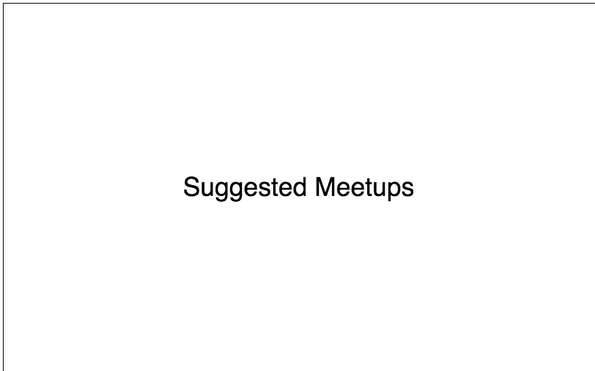
The draw.io diagram docs/wireframes/EventsIndex.png in holzru/capstone, before a commit. Source tidied: cells renumbered, new cells last; positions are measured from the earlier drawing's top-left corner, leaving out a move shared by most shapes. The source it was exported from:
```xml
<mxGraphModel background="#ffffff">
  <root>
    <mxCell id="0" />
    <mxCell id="1" parent="0" />
    <mxCell id="2" value="Suggested Meetups" style="whiteSpace=wrap;html=1;fontSize=36;" parent="1" vertex="1">
      <mxGeometry width="820" height="510" as="geometry" />
    </mxCell>
  </root>
</mxGraphModel>
```
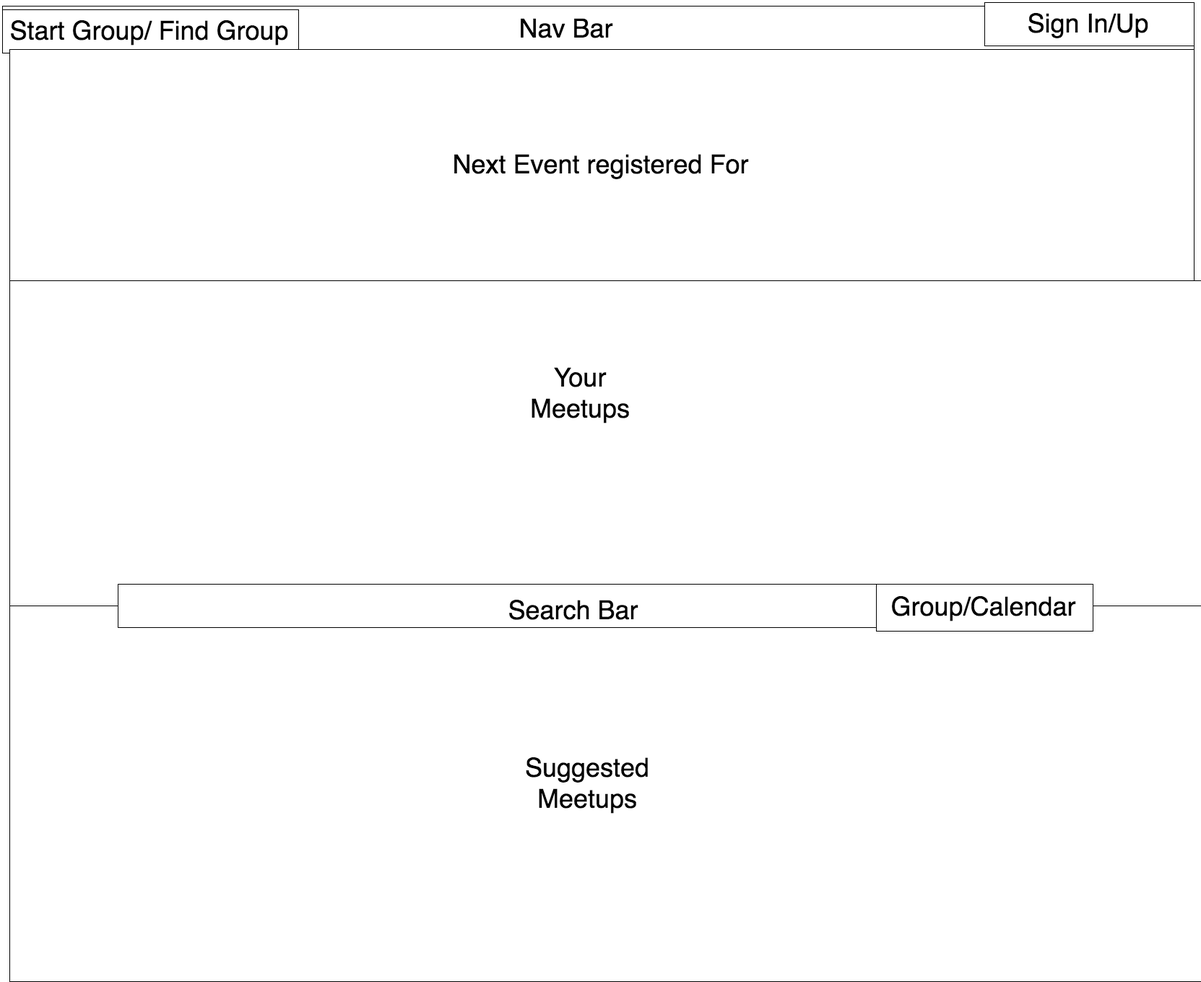
Above is the later version.

Diff of the diagram source:
```diff
@@ -2,8 +2,41 @@
   <root>
     <mxCell id="0" />
     <mxCell id="1" parent="0" />
+    <mxCell id="3" style="whiteSpace=wrap;html=1;" parent="1" vertex="1">
+      <mxGeometry x="-700" y="-1020" width="1650" height="60" as="geometry" />
+    </mxCell>
+    <mxCell id="4" style="whiteSpace=wrap;html=1;" parent="1" vertex="1">
+      <mxGeometry x="-690" y="-640" width="1650" height="450" as="geometry" />
+    </mxCell>
+    <mxCell id="5" style="whiteSpace=wrap;html=1;" parent="1" vertex="1">
+      <mxGeometry x="-690" y="-190" width="1650" height="520" as="geometry" />
+    </mxCell>
+    <mxCell id="6" style="whiteSpace=wrap;html=1;" parent="1" vertex="1">
+      <mxGeometry x="-540" y="-220" width="1350" height="60" as="geometry" />
+    </mxCell>
+    <mxCell id="7" value="&lt;font style=&quot;font-size: 36px&quot;&gt;Nav Bar&lt;/font&gt;" style="text;html=1;strokeColor=none;fillColor=none;align=center;verticalAlign=middle;whiteSpace=wrap;overflow=hidden;" parent="1" vertex="1">
+      <mxGeometry x="-140" y="-1015" width="440" height="50" as="geometry" />
+    </mxCell>
+    <mxCell id="8" value="Your Meetups" style="text;html=1;strokeColor=none;fillColor=none;align=center;verticalAlign=middle;whiteSpace=wrap;overflow=hidden;fontSize=36;" parent="1" vertex="1">
+      <mxGeometry x="-10" y="-540" width="220" height="110" as="geometry" />
+    </mxCell>
+    <mxCell id="9" value="Search Bar" style="text;html=1;strokeColor=none;fillColor=none;align=center;verticalAlign=middle;whiteSpace=wrap;overflow=hidden;fontSize=36;" parent="1" vertex="1">
+      <mxGeometry x="-20" y="-240" width="220" height="110" as="geometry" />
+    </mxCell>
-    <mxCell id="2" value="Suggested Meetups" style="whiteSpace=wrap;html=1;fontSize=36;" parent="1" vertex="1">
-      <mxGeometry width="820" height="510" as="geometry" />
+    <mxCell id="2" value="Suggested Meetups" style="text;html=1;strokeColor=none;fillColor=none;align=center;verticalAlign=middle;whiteSpace=wrap;overflow=hidden;fontSize=36;" parent="1" vertex="1">
+      <mxGeometry width="220" height="110" as="geometry" />
     </mxCell>
+    <mxCell id="10" value="Sign In/Up" style="whiteSpace=wrap;html=1;fontSize=36;" parent="1" vertex="1">
+      <mxGeometry x="660" y="-1025" width="290" height="60" as="geometry" />
+    </mxCell>
+    <mxCell id="11" value="Start Group/ Find Group" style="whiteSpace=wrap;html=1;fontSize=36;" parent="1" vertex="1">
+      <mxGeometry x="-700" y="-1015" width="410" height="60" as="geometry" />
+    </mxCell>
+    <mxCell id="12" value="Group/Calendar" style="whiteSpace=wrap;html=1;fontSize=36;" parent="1" vertex="1">
+      <mxGeometry x="510" y="-220" width="300" height="65" as="geometry" />
+    </mxCell>
+    <mxCell id="13" value="Next Event registered For" style="whiteSpace=wrap;html=1;fontSize=36;" parent="1" vertex="1">
+      <mxGeometry x="-690" y="-960" width="1640" height="320" as="geometry" />
+    </mxCell>
   </root>
 </mxGraphModel>
```
